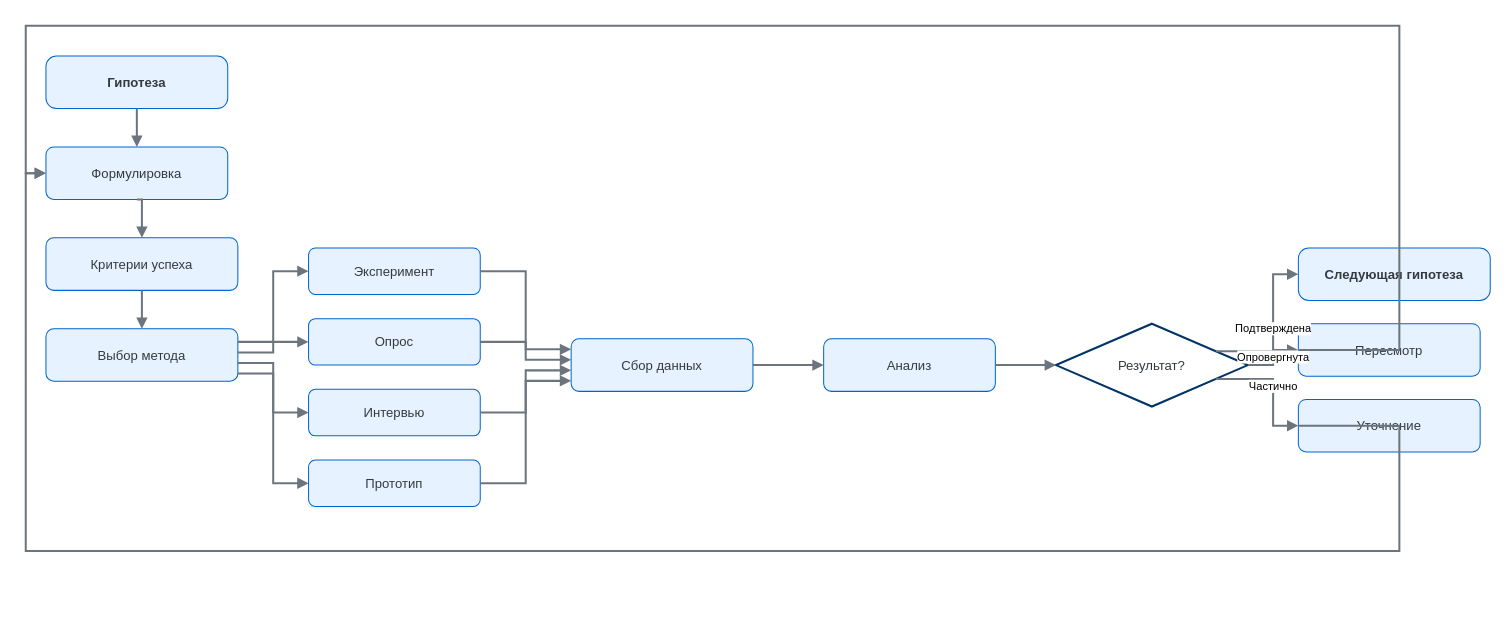
Earlier version of the draw.io diagram тестыИИ/discovery/drawio/04-validation-detailed.drawio (jackrescuer-gif/Discovery-in-value). Source tidied: cells renumbered, new cells numbered last; positions are measured from the earlier drawing's top-left corner, leaving out a move shared by most shapes. Both pictures are drawn from the tidied source at 101%, with x=0, y=0 at pixel (25, 25).
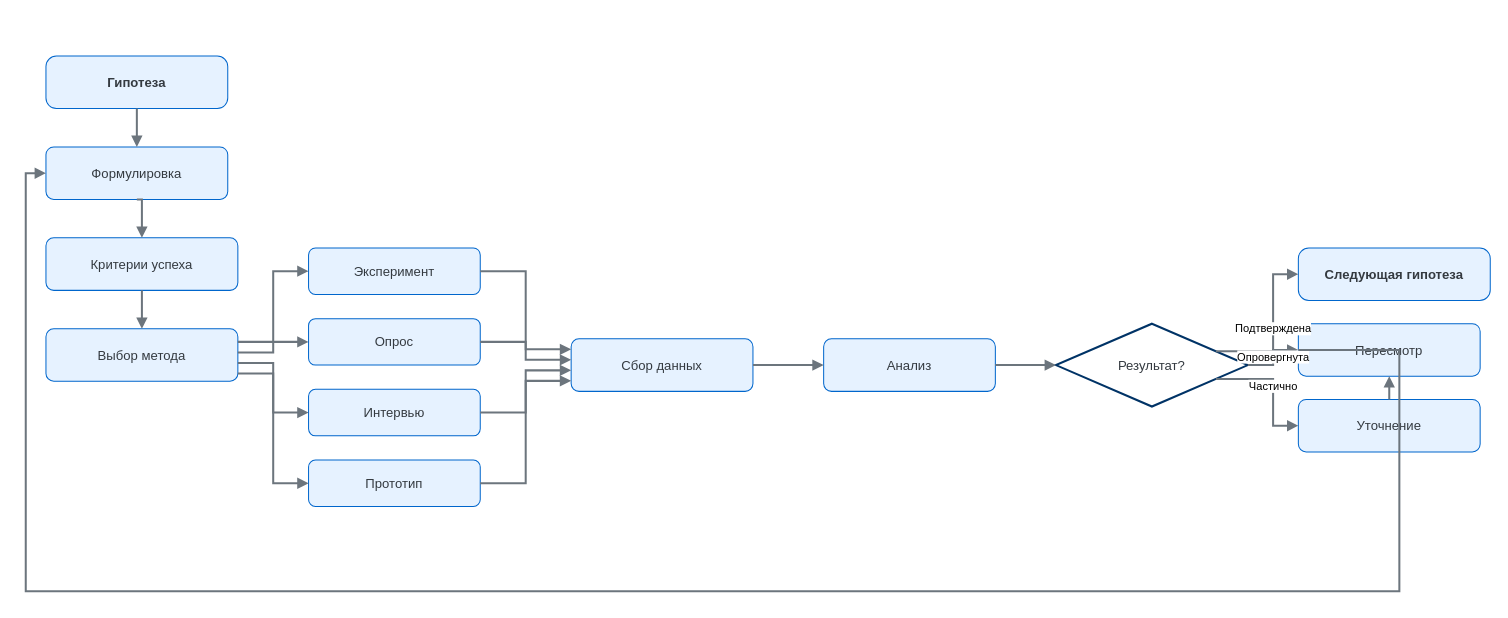
Above is the later version.

Commit message (it also covers changes not shown here):
Simplify role links and validation return loops

Unchanged cells that the change refers to:
```xml
<mxCell id="3" value="Формулировка" style="rounded=1;whiteSpace=wrap;html=1;fillColor=#E6F2FF;strokeColor=#0066CC;fontColor=#343A40;fontSize=13;" parent="1" vertex="1">
  <mxGeometry x="20" y="120" width="180" height="52" as="geometry" />
</mxCell>
<mxCell id="14" value="Пересмотр" style="rounded=1;whiteSpace=wrap;html=1;fillColor=#E6F2FF;strokeColor=#0066CC;fontColor=#343A40;fontSize=13;" parent="1" vertex="1">
  <mxGeometry x="1260" y="295" width="180" height="52" as="geometry" />
</mxCell>
<mxCell id="15" value="Уточнение" style="rounded=1;whiteSpace=wrap;html=1;fillColor=#E6F2FF;strokeColor=#0066CC;fontColor=#343A40;fontSize=13;" parent="1" vertex="1">
  <mxGeometry x="1260" y="370" width="180" height="52" as="geometry" />
</mxCell>
```

Diff of the diagram source:
```diff
@@
     <mxCell id="32" style="edgeStyle=orthogonalEdgeStyle;rounded=0;jettySize=auto;html=1;strokeColor=#6C757D;strokeWidth=2;endArrow=block;endFill=1;exitX=0;exitY=0.5;entryX=0;entryY=0.5;" parent="1" edge="1" source="14" target="3">
       <mxGeometry relative="1" as="geometry">
         <Array as="points">
-          <mxPoint x="1360" />
-          <mxPoint />
+          <mxPoint x="1360" y="560" />
+          <mxPoint y="560" />
           <mxPoint y="146" />
         </Array>
       </mxGeometry>
     </mxCell>
-    <mxCell id="33" style="edgeStyle=orthogonalEdgeStyle;rounded=0;jettySize=auto;html=1;strokeColor=#6C757D;strokeWidth=2;endArrow=block;endFill=1;exitX=0;exitY=0.5;entryX=0;entryY=0.5;" parent="1" edge="1" source="15" target="3">
-      <mxGeometry relative="1" as="geometry">
-        <Array as="points">
-          <mxPoint x="1360" y="520" />
-          <mxPoint y="520" />
-          <mxPoint y="146" />
-        </Array>
-      </mxGeometry>
+    <mxCell id="33" style="edgeStyle=orthogonalEdgeStyle;rounded=0;jettySize=auto;html=1;strokeColor=#6C757D;strokeWidth=2;endArrow=block;endFill=1;exitX=0.5;exitY=0;entryX=0.5;entryY=1;" parent="1" edge="1" source="15" target="14">
+      <mxGeometry relative="1" as="geometry" />
     </mxCell>
```
